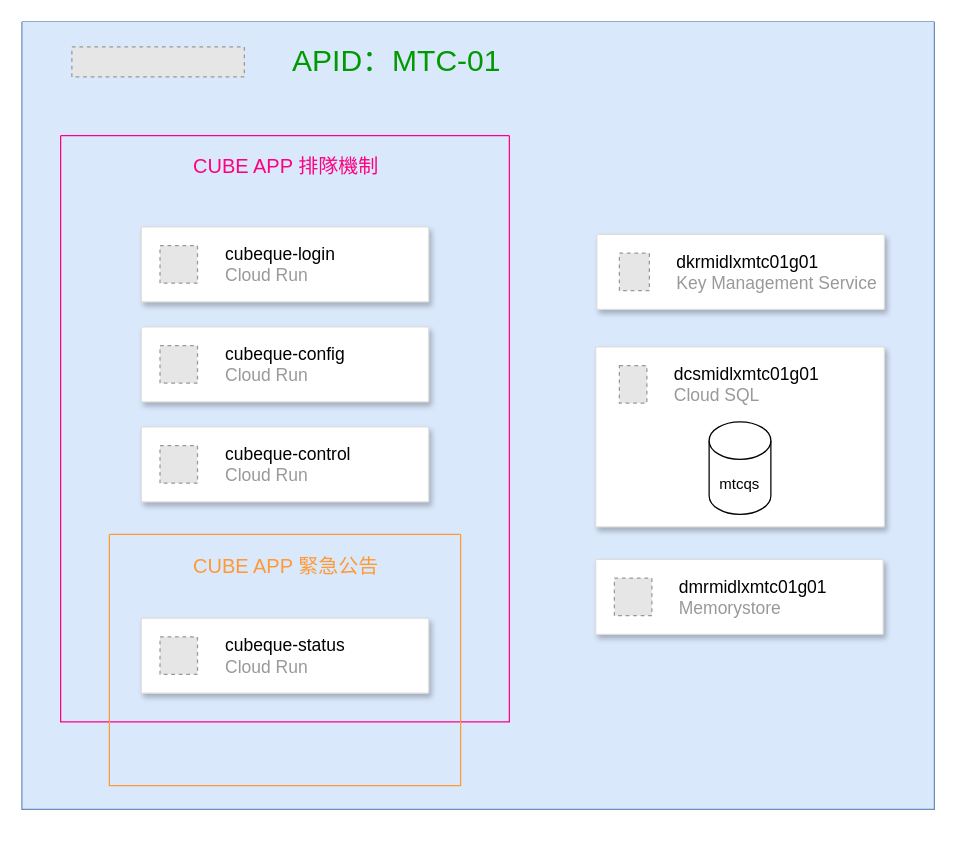
Above: ddd.drawio in JaeyoLin/draw.io (draw.io), before the change. Source tidied: cells renumbered, new cells numbered last; positions are measured from the earlier drawing's top-left corner, leaving out a move shared by most shapes. Both pictures are drawn from the tidied source at 125%, with x=0, y=0 at pixel (21, 21). Pictures stored in the file or linked from it are replaced by grey dashed boxes.
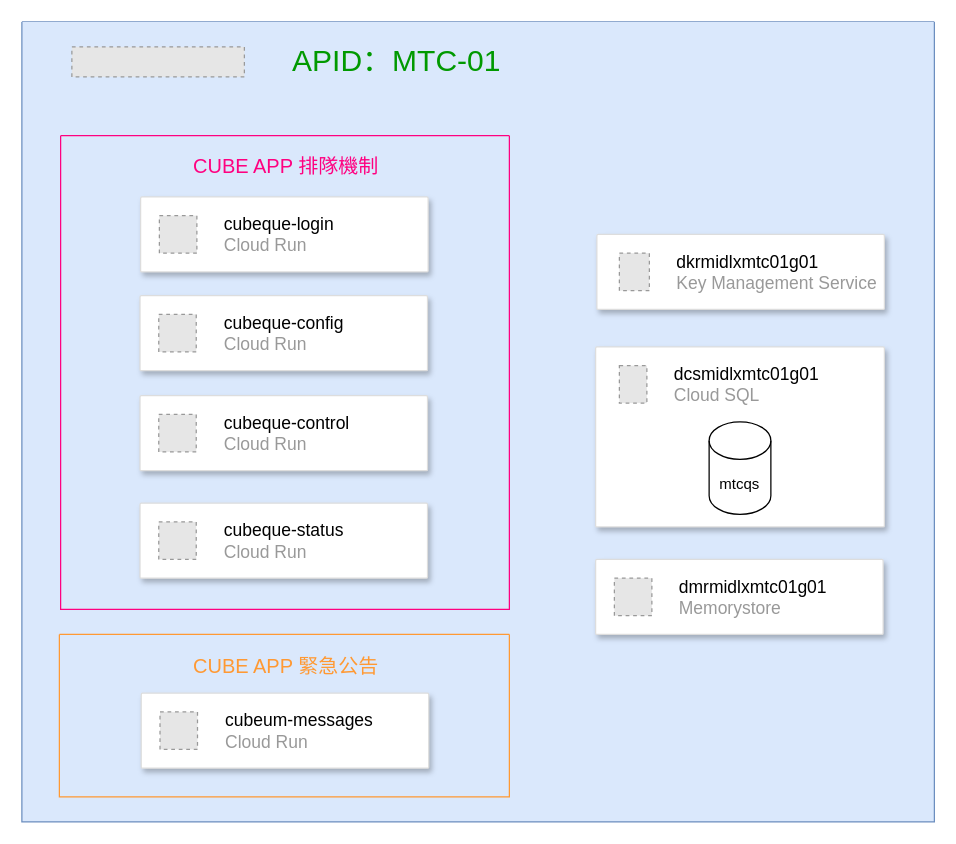
Above is the later version.

Change to the diagram source:
```diff
@@
     <mxCell id="2" style="swimlane;startSize=0;fillColor=#dae8fc;strokeColor=#6c8ebf;rounded=1;swimlaneFillColor=#dae8fc;" parent="1" vertex="1">
-      <mxGeometry width="730" height="630" as="geometry" />
+      <mxGeometry width="730" height="640" as="geometry" />
     </mxCell>
@@
+    <mxCell id="22" style="swimlane;startSize=0;fontColor=#FF8000;strokeColor=#FF9933;" parent="2" vertex="1">
+      <mxGeometry x="30" y="490" width="360" height="130" as="geometry" />
+    </mxCell>
+    <mxCell id="23" value="&lt;font style=&quot;font-size: 16px;&quot;&gt;CUBE APP 緊急公告&lt;/font&gt;" style="text;html=1;align=center;verticalAlign=middle;strokeColor=none;fillColor=none;fontColor=#FF9933;" parent="22" vertex="1">
+      <mxGeometry x="95.5" y="10" width="170" height="30" as="geometry" />
+    </mxCell>
+    <mxCell id="24" style="strokeColor=#dddddd;shadow=1;strokeWidth=1;rounded=1;absoluteArcSize=1;arcSize=2;fontSize=14;" parent="22" vertex="1">
+      <mxGeometry x="65.5" y="47" width="230" height="60" as="geometry" />
+    </mxCell>
+    <mxCell id="25" value="&lt;font style=&quot;font-size: 14px;&quot;&gt;&lt;font style=&quot;font-size: 14px;&quot; color=&quot;#000000&quot;&gt;cubeum-messages&lt;/font&gt;&lt;br&gt;Cloud Run&lt;/font&gt;" style="fillColor=#E6E6E6;strokeColor=#999999;dashed=1;html=1;fontColor=#999999;verticalLabelPosition=middle;labelBackgroundColor=#ffffff;verticalAlign=middle;labelPosition=right;align=left;spacingLeft=20;" parent="24" vertex="1">
+      <mxGeometry width="30" height="30" relative="1" as="geometry">
+        <mxPoint x="15" y="15" as="offset" />
+      </mxGeometry>
+    </mxCell>
+    <mxCell id="14" style="strokeColor=#dddddd;shadow=1;strokeWidth=1;rounded=1;absoluteArcSize=1;arcSize=2;fontSize=14;" parent="2" vertex="1">
+      <mxGeometry x="95" y="140" width="230" height="60" as="geometry" />
+    </mxCell>
+    <mxCell id="15" value="&lt;font style=&quot;font-size: 14px;&quot;&gt;&lt;font style=&quot;font-size: 14px;&quot; color=&quot;#000000&quot;&gt;cubeque-login&lt;/font&gt;&lt;br&gt;Cloud Run&lt;/font&gt;" style="fillColor=#E6E6E6;strokeColor=#999999;dashed=1;html=1;fontColor=#999999;verticalLabelPosition=middle;labelBackgroundColor=#ffffff;verticalAlign=middle;labelPosition=right;align=left;spacingLeft=20;" parent="14" vertex="1">
+      <mxGeometry width="30" height="30" relative="1" as="geometry">
+        <mxPoint x="15" y="15" as="offset" />
+      </mxGeometry>
+    </mxCell>
@@
     <mxCell id="12" style="swimlane;startSize=0;strokeColor=#FF0080;fillColor=none;fontColor=#ffffff;" parent="1" vertex="1">
-      <mxGeometry x="31" y="91" width="359" height="469" as="geometry" />
+      <mxGeometry x="31" y="91" width="359" height="379" as="geometry" />
     </mxCell>
@@
-    <mxCell id="14" style="strokeColor=#dddddd;shadow=1;strokeWidth=1;rounded=1;absoluteArcSize=1;arcSize=2;fontSize=14;" parent="12" vertex="1">
-      <mxGeometry x="64.5" y="73" width="230" height="60" as="geometry" />
-    </mxCell>
-    <mxCell id="15" value="&lt;font style=&quot;font-size: 14px;&quot;&gt;&lt;font style=&quot;font-size: 14px;&quot; color=&quot;#000000&quot;&gt;cubeque-login&lt;/font&gt;&lt;br&gt;Cloud Run&lt;/font&gt;" style="fillColor=#E6E6E6;strokeColor=#999999;dashed=1;html=1;fontColor=#999999;verticalLabelPosition=middle;labelBackgroundColor=#ffffff;verticalAlign=middle;labelPosition=right;align=left;spacingLeft=20;" parent="14" vertex="1">
-      <mxGeometry width="30" height="30" relative="1" as="geometry">
-        <mxPoint x="15" y="15" as="offset" />
-      </mxGeometry>
-    </mxCell>
     <mxCell id="16" style="strokeColor=#dddddd;shadow=1;strokeWidth=1;rounded=1;absoluteArcSize=1;arcSize=2;fontSize=14;" parent="12" vertex="1">
-      <mxGeometry x="64.5" y="153" width="230" height="60" as="geometry" />
+      <mxGeometry x="63.5" y="128" width="230" height="60" as="geometry" />
     </mxCell>
@@
     <mxCell id="18" style="strokeColor=#dddddd;shadow=1;strokeWidth=1;rounded=1;absoluteArcSize=1;arcSize=2;fontSize=14;" parent="12" vertex="1">
-      <mxGeometry x="64.5" y="233" width="230" height="60" as="geometry" />
+      <mxGeometry x="63.5" y="208" width="230" height="60" as="geometry" />
     </mxCell>
@@
     <mxCell id="20" style="strokeColor=#dddddd;shadow=1;strokeWidth=1;rounded=1;absoluteArcSize=1;arcSize=2;fontSize=14;" parent="12" vertex="1">
-      <mxGeometry x="64.5" y="386" width="230" height="60" as="geometry" />
+      <mxGeometry x="63.5" y="294" width="230" height="60" as="geometry" />
     </mxCell>
@@
-    <mxCell id="22" style="swimlane;startSize=0;fontColor=#FF8000;strokeColor=#FF9933;" parent="12" vertex="1">
-      <mxGeometry x="39" y="319" width="281" height="201" as="geometry" />
-    </mxCell>
-    <mxCell id="23" value="&lt;font style=&quot;font-size: 16px;&quot;&gt;CUBE APP 緊急公告&lt;/font&gt;" style="text;html=1;align=center;verticalAlign=middle;strokeColor=none;fillColor=none;fontColor=#FF9933;" parent="22" vertex="1">
-      <mxGeometry x="55.5" y="10" width="170" height="30" as="geometry" />
-    </mxCell>
```
